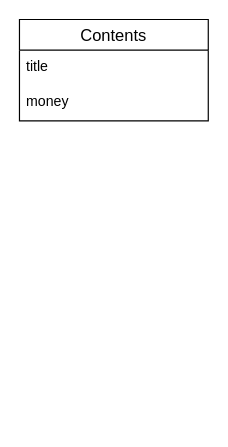
T-70ya/Wasmo keeps this draw.io diagram as table.dio. Above is the earlier version. Source tidied: cells renumbered, new cells numbered last; positions are measured from the earlier drawing's top-left corner, leaving out a move shared by most shapes. Both pictures are drawn from the tidied source at 118%, with x=0, y=0 at pixel (19, 19).
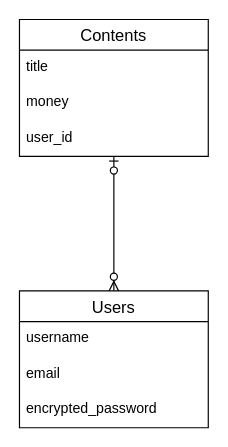
Above is the later version.

Change to the diagram source:
```diff
@@
 <mxGraphModel>
   <root>
     <mxCell id="0" />
     <mxCell id="1" parent="0" />
     <mxCell id="2" value="Contents" style="swimlane;fontStyle=0;horizontal=1;startSize=26;align=center;fontSize=14;" parent="1" vertex="1">
-      <mxGeometry width="160" height="86" as="geometry" />
+      <mxGeometry width="160" height="116" as="geometry" />
     </mxCell>
     <mxCell id="3" value="title" style="text;strokeColor=none;fillColor=none;spacingLeft=4;spacingRight=4;overflow=hidden;fontSize=12;" parent="2" vertex="1">
       <mxGeometry y="26" width="160" height="30" as="geometry" />
     </mxCell>
     <mxCell id="4" value="money&#10;" style="text;strokeColor=none;fillColor=none;spacingLeft=4;spacingRight=4;overflow=hidden;fontSize=12;" parent="2" vertex="1">
       <mxGeometry y="56" width="160" height="30" as="geometry" />
     </mxCell>
+    <mxCell id="5" value="user_id" style="text;strokeColor=none;fillColor=none;spacingLeft=4;spacingRight=4;overflow=hidden;fontSize=12;" parent="2" vertex="1">
+      <mxGeometry y="86" width="160" height="30" as="geometry" />
+    </mxCell>
+    <mxCell id="6" value="Users" style="swimlane;fontStyle=0;horizontal=1;startSize=26;align=center;fontSize=14;" parent="1" vertex="1">
+      <mxGeometry y="230" width="160" height="116" as="geometry" />
+    </mxCell>
+    <mxCell id="7" value="username" style="text;strokeColor=none;fillColor=none;spacingLeft=4;spacingRight=4;overflow=hidden;fontSize=12;" parent="6" vertex="1">
+      <mxGeometry y="26" width="160" height="30" as="geometry" />
+    </mxCell>
+    <mxCell id="8" value="email" style="text;strokeColor=none;fillColor=none;spacingLeft=4;spacingRight=4;overflow=hidden;fontSize=12;" parent="6" vertex="1">
+      <mxGeometry y="56" width="160" height="30" as="geometry" />
+    </mxCell>
+    <mxCell id="9" value="encrypted_password" style="text;strokeColor=none;fillColor=none;spacingLeft=4;spacingRight=4;overflow=hidden;fontSize=12;" parent="6" vertex="1">
+      <mxGeometry y="86" width="160" height="30" as="geometry" />
+    </mxCell>
+    <mxCell id="10" style="fontSize=12;html=1;endArrow=ERzeroToMany;startArrow=ERzeroToOne;exitX=0.5;exitY=1;exitDx=0;exitDy=0;" parent="1" edge="1" source="2" target="6">
+      <mxGeometry relative="1" as="geometry">
+        <Array as="points">
+          <mxPoint x="80" y="120" />
+        </Array>
+      </mxGeometry>
+    </mxCell>
   </root>
 </mxGraphModel>
```
